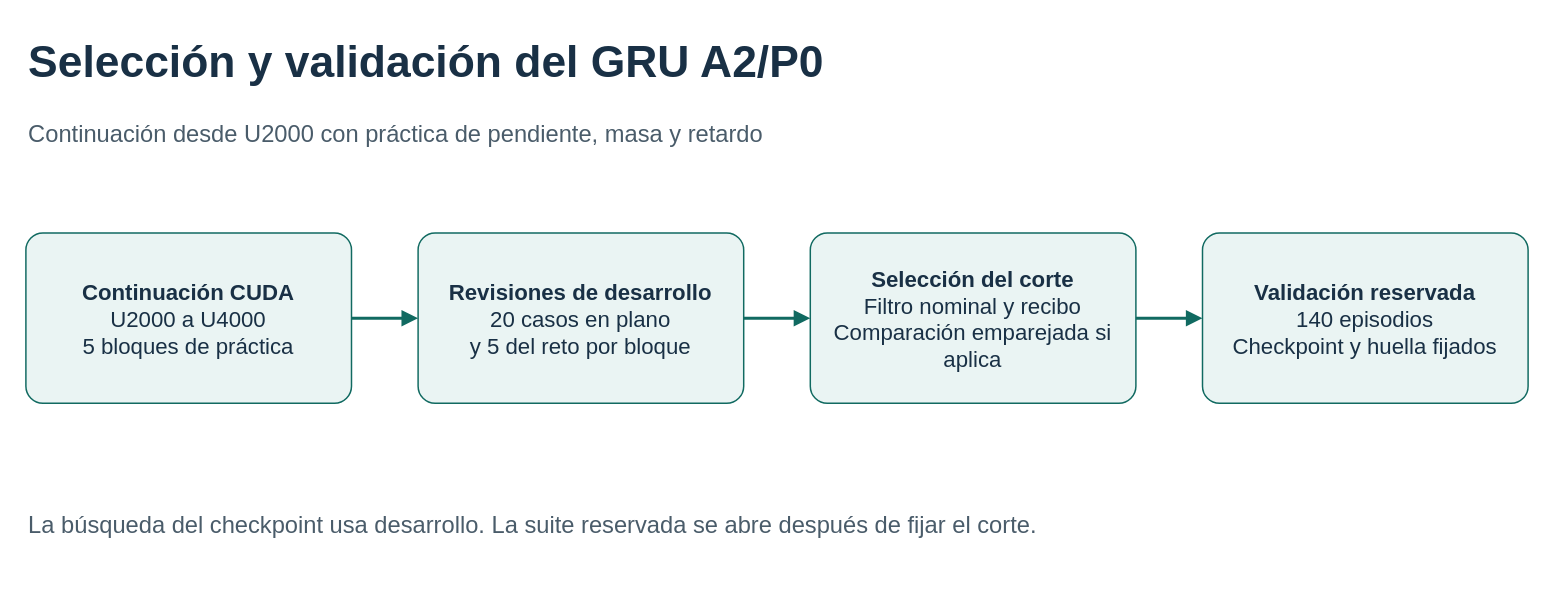
Above: page "Selección y validación A2" (3 of 3) of docs/academico/Flujo-Experimental.drawio in daca2022/go2-rl-deploy (draw.io), before the change. Source tidied: cells renumbered, new cells numbered last; positions are measured from the earlier drawing's top-left corner, leaving out a move shared by most shapes. Both pictures are drawn from the tidied source at 148%, with x=0, y=0 at pixel (25, 25).
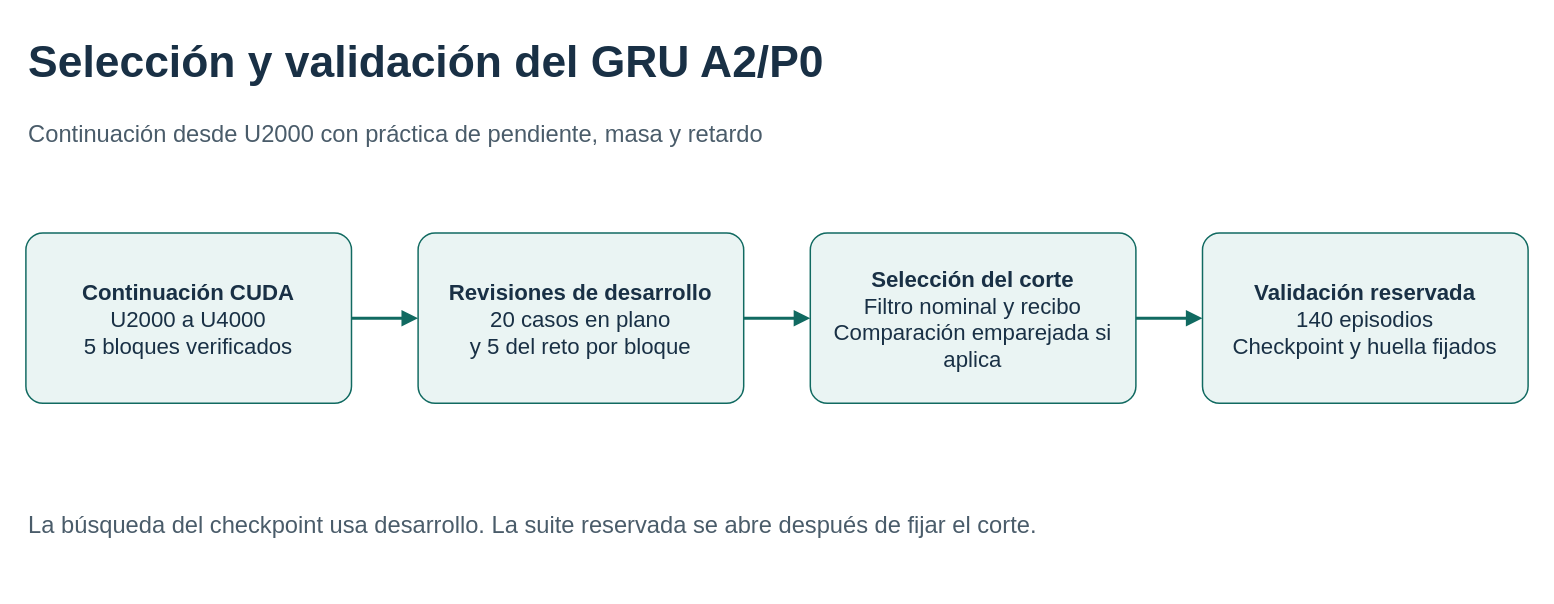
The same diagram, later.

The edit, as a diff of the source:
```diff
@@
 <mxGraphModel background="#FFFFFF">
   <root>
     <mxCell id="0" />
     <mxCell id="1" parent="0" />
     <mxCell id="2" value="Selección y validación del GRU A2/P0" style="text;html=1;strokeColor=none;fillColor=none;align=left;whiteSpace=wrap;fontFamily=Arial;fontSize=30;fontStyle=1;fontColor=#193045;" parent="1" vertex="1">
       <mxGeometry width="960" height="50" as="geometry" />
     </mxCell>
     <mxCell id="3" value="Continuación desde U2000 con práctica de pendiente, masa y retardo" style="text;html=1;strokeColor=none;fillColor=none;align=left;whiteSpace=wrap;fontFamily=Arial;fontSize=16;fontColor=#4A5C6A;" parent="1" vertex="1">
       <mxGeometry y="57" width="960" height="32" as="geometry" />
     </mxCell>
-    <mxCell id="4" value="&lt;b&gt;Continuación CUDA&lt;/b&gt;&lt;br&gt;U2000 a U4000&lt;br&gt;5 bloques de práctica" style="rounded=1;arcSize=10;html=1;whiteSpace=wrap;fillColor=#EAF4F3;strokeColor=#116A61;fontColor=#193045;fontFamily=Arial;fontSize=15;spacing=8;" parent="1" vertex="1">
+    <mxCell id="4" value="&lt;b&gt;Continuación CUDA&lt;/b&gt;&lt;br&gt;U2000 a U4000&lt;br&gt;5 bloques verificados" style="rounded=1;arcSize=10;html=1;whiteSpace=wrap;fillColor=#EAF4F3;strokeColor=#116A61;fontColor=#193045;fontFamily=Arial;fontSize=15;spacing=8;" parent="1" vertex="1">
       <mxGeometry y="140" width="220" height="115" as="geometry" />
     </mxCell>
     <mxCell id="5" value="&lt;b&gt;Revisiones de desarrollo&lt;/b&gt;&lt;br&gt;20 casos en plano&lt;br&gt;y 5 del reto por bloque" style="rounded=1;arcSize=10;html=1;whiteSpace=wrap;fillColor=#EAF4F3;strokeColor=#116A61;fontColor=#193045;fontFamily=Arial;fontSize=15;spacing=8;" parent="1" vertex="1">
       <mxGeometry x="265" y="140" width="220" height="115" as="geometry" />
     </mxCell>
     <mxCell id="6" value="&lt;b&gt;Selección del corte&lt;/b&gt;&lt;br&gt;Filtro nominal y recibo&lt;br&gt;Comparación emparejada si aplica" style="rounded=1;arcSize=10;html=1;whiteSpace=wrap;fillColor=#EAF4F3;strokeColor=#116A61;fontColor=#193045;fontFamily=Arial;fontSize=15;spacing=8;" parent="1" vertex="1">
       <mxGeometry x="530" y="140" width="220" height="115" as="geometry" />
     </mxCell>
     <mxCell id="7" value="&lt;b&gt;Validación reservada&lt;/b&gt;&lt;br&gt;140 episodios&lt;br&gt;Checkpoint y huella fijados" style="rounded=1;arcSize=10;html=1;whiteSpace=wrap;fillColor=#EAF4F3;strokeColor=#116A61;fontColor=#193045;fontFamily=Arial;fontSize=15;spacing=8;" parent="1" vertex="1">
       <mxGeometry x="795" y="140" width="220" height="115" as="geometry" />
     </mxCell>
     <mxCell id="8" style="edgeStyle=orthogonalEdgeStyle;endArrow=block;endFill=1;strokeColor=#116A61;strokeWidth=2;exitX=1;exitY=0.5;entryX=0;entryY=0.5;" parent="1" edge="1" source="4" target="5">
       <mxGeometry relative="1" as="geometry" />
     </mxCell>
     <mxCell id="9" style="edgeStyle=orthogonalEdgeStyle;endArrow=block;endFill=1;strokeColor=#116A61;strokeWidth=2;exitX=1;exitY=0.5;entryX=0;entryY=0.5;" parent="1" edge="1" source="5" target="6">
       <mxGeometry relative="1" as="geometry" />
     </mxCell>
     <mxCell id="10" style="edgeStyle=orthogonalEdgeStyle;endArrow=block;endFill=1;strokeColor=#116A61;strokeWidth=2;exitX=1;exitY=0.5;entryX=0;entryY=0.5;" parent="1" edge="1" source="6" target="7">
       <mxGeometry relative="1" as="geometry" />
     </mxCell>
     <mxCell id="11" value="La búsqueda del checkpoint usa desarrollo. La suite reservada se abre después de fijar el corte." style="text;html=1;strokeColor=none;fillColor=none;align=left;whiteSpace=wrap;fontFamily=Arial;fontSize=16;fontColor=#4A5C6A;" parent="1" vertex="1">
       <mxGeometry y="321" width="1010" height="53" as="geometry" />
     </mxCell>
   </root>
 </mxGraphModel>
```
